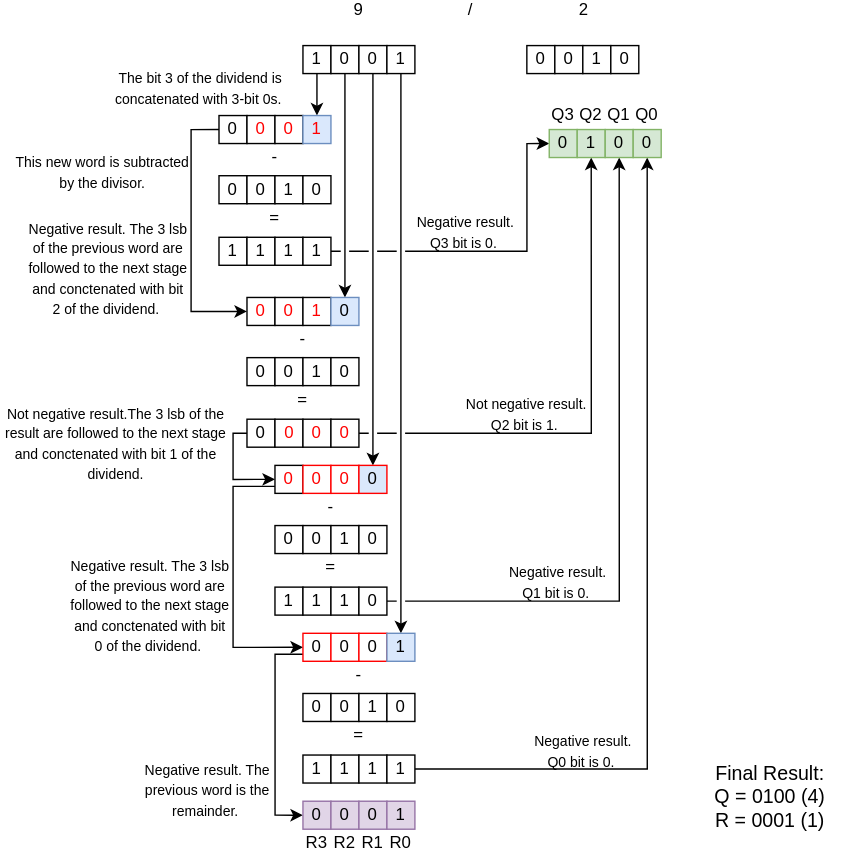
Above: alib/division_example.svg in UandersonSilva/multiplicators (draw.io), before the change. Source tidied: cells renumbered, new cells last; positions are measured from the earlier drawing's top-left corner, leaving out a move shared by most shapes.
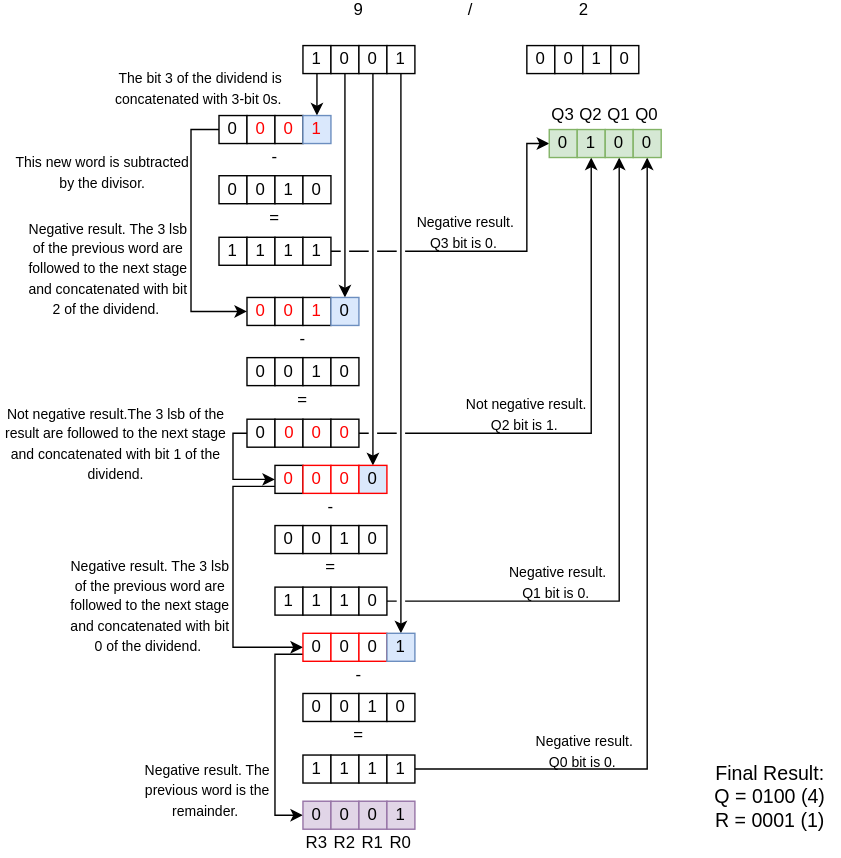
Above is the later version.

Commit message:
description corrected.

The edit, as a diff of the source:
```diff
@@ -316,7 +316,7 @@
     <mxCell id="99" value="&lt;font style=&quot;font-size: 10px;&quot;&gt;Negative result. Q3 bit is 0.&amp;nbsp;&lt;/font&gt;" style="text;html=1;strokeColor=none;fillColor=none;align=center;verticalAlign=middle;whiteSpace=wrap;rounded=0;" parent="1" vertex="1">
       <mxGeometry x="289" y="150" width="87" height="26" as="geometry" />
     </mxCell>
-    <mxCell id="100" value="&lt;font style=&quot;font-size: 10px;&quot;&gt;Negative result. The 3 lsb of the previous word are followed to the next stage and conctenated with bit 2 of the dividend.&amp;nbsp;&lt;/font&gt;" style="text;html=1;strokeColor=none;fillColor=none;align=center;verticalAlign=middle;whiteSpace=wrap;rounded=0;" parent="1" vertex="1">
+    <mxCell id="100" value="&lt;font style=&quot;font-size: 10px;&quot;&gt;Negative result. The 3 lsb of the previous word are followed to the next stage and concatenated with bit 2 of the dividend.&amp;nbsp;&lt;/font&gt;" style="text;html=1;strokeColor=none;fillColor=none;align=center;verticalAlign=middle;whiteSpace=wrap;rounded=0;" parent="1" vertex="1">
       <mxGeometry x="19" y="159" width="116" height="60" as="geometry" />
     </mxCell>
     <mxCell id="101" value="&lt;font style=&quot;font-size: 10px;&quot;&gt;Not negative result. Q2 bit is 1.&amp;nbsp;&lt;/font&gt;" style="text;html=1;strokeColor=none;fillColor=none;align=center;verticalAlign=middle;whiteSpace=wrap;rounded=0;" parent="1" vertex="1">
@@ -325,10 +325,10 @@
     <mxCell id="102" value="&lt;font style=&quot;font-size: 10px;&quot;&gt;Negative result. Q1 bit is 0.&amp;nbsp;&lt;/font&gt;" style="text;html=1;strokeColor=none;fillColor=none;align=center;verticalAlign=middle;whiteSpace=wrap;rounded=0;" parent="1" vertex="1">
       <mxGeometry x="354.5" y="400" width="87" height="26" as="geometry" />
     </mxCell>
-    <mxCell id="103" value="&lt;font style=&quot;font-size: 10px;&quot;&gt;Not negative result.The 3 lsb of the result are followed to the next stage and conctenated with bit 1 of the dividend.&lt;br&gt;&lt;/font&gt;" style="text;html=1;strokeColor=none;fillColor=none;align=center;verticalAlign=middle;whiteSpace=wrap;rounded=0;" parent="1" vertex="1">
+    <mxCell id="103" value="&lt;font style=&quot;font-size: 10px;&quot;&gt;Not negative result.The 3 lsb of the result are followed to the next stage and concatenated with bit 1 of the dividend.&lt;br&gt;&lt;/font&gt;" style="text;html=1;strokeColor=none;fillColor=none;align=center;verticalAlign=middle;whiteSpace=wrap;rounded=0;" parent="1" vertex="1">
       <mxGeometry y="288" width="165" height="52" as="geometry" />
     </mxCell>
-    <mxCell id="104" value="&lt;font style=&quot;font-size: 10px;&quot;&gt;Negative result. The 3 lsb of the previous word are followed to the next stage and conctenated with bit 0 of the dividend.&amp;nbsp;&lt;/font&gt;" style="text;html=1;strokeColor=none;fillColor=none;align=center;verticalAlign=middle;whiteSpace=wrap;rounded=0;" parent="1" vertex="1">
+    <mxCell id="104" value="&lt;font style=&quot;font-size: 10px;&quot;&gt;Negative result. The 3 lsb of the previous word are followed to the next stage and concatenated with bit 0 of the dividend.&amp;nbsp;&lt;/font&gt;" style="text;html=1;strokeColor=none;fillColor=none;align=center;verticalAlign=middle;whiteSpace=wrap;rounded=0;" parent="1" vertex="1">
       <mxGeometry x="49" y="400" width="116" height="60" as="geometry" />
     </mxCell>
     <mxCell id="105" value="&lt;font style=&quot;font-size: 10px;&quot;&gt;Negative result. The previous word is the remainder.&amp;nbsp;&lt;/font&gt;" style="text;html=1;strokeColor=none;fillColor=none;align=center;verticalAlign=middle;whiteSpace=wrap;rounded=0;" parent="1" vertex="1">
```
